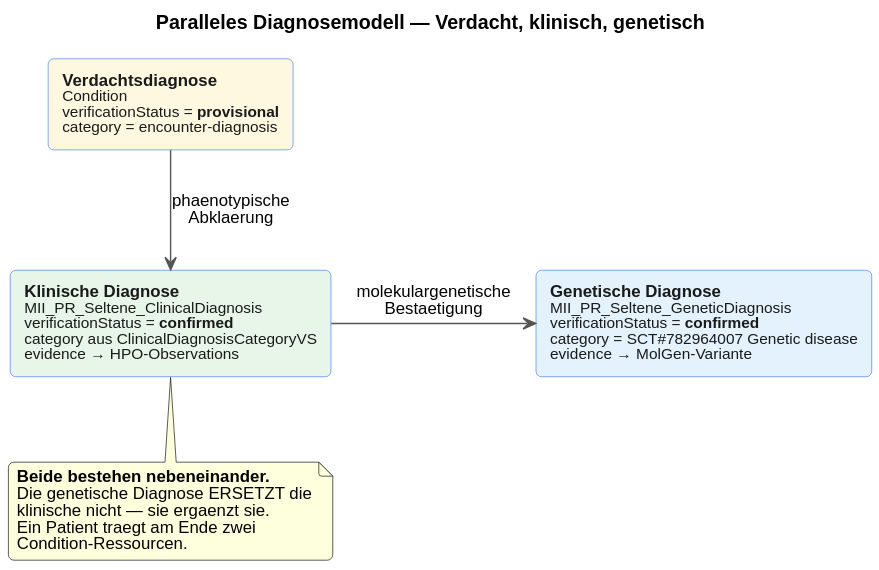
Earlier version of the PlantUML export input/images/diagnose-parallelmodell.svg (medizininformatik-initiative/kerndatensatzmodul-seltene-erkrankungen).
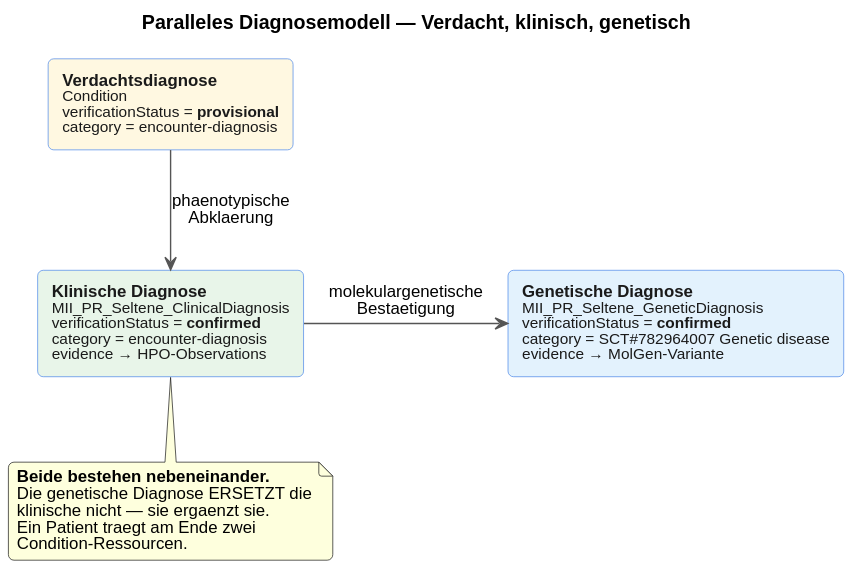
Above is the later version.

The edit, as a diff of the source:
```diff
@@ -14,7 +14,7 @@
 title Paralleles Diagnosemodell — Verdacht, klinisch, genetisch
 
 rectangle "**Verdachtsdiagnose**\n<size:11>Condition</size>\n<size:11>verificationStatus = **provisional**</size>\n<size:11>category = encounter-diagnosis</size>" as V #fff8e1
-rectangle "**Klinische Diagnose**\n<size:11>MII_PR_Seltene_ClinicalDiagnosis</size>\n<size:11>verificationStatus = **confirmed**</size>\n<size:11>category aus ClinicalDiagnosisCategoryVS</size>\n<size:11>evidence → HPO-Observations</size>" as K #e8f5e9
+rectangle "**Klinische Diagnose**\n<size:11>MII_PR_Seltene_ClinicalDiagnosis</size>\n<size:11>verificationStatus = **confirmed**</size>\n<size:11>category = encounter-diagnosis</size>\n<size:11>evidence → HPO-Observations</size>" as K #e8f5e9
 rectangle "**Genetische Diagnose**\n<size:11>MII_PR_Seltene_GeneticDiagnosis</size>\n<size:11>verificationStatus = **confirmed**</size>\n<size:11>category = SCT#782964007 Genetic disease</size>\n<size:11>evidence → MolGen-Variante</size>" as G #e3f2fd
 
 V -down-> K : phaenotypische\nAbklaerung
```
